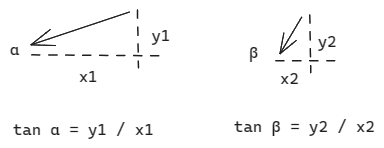
lijunlin2022/lijunlin2022.github.io keeps this Excalidraw diagram as blog/2024-02-28-pull-down/img/intension.png. Above is the earlier version. Source tidied: one line per element, renumbered; positions are measured from the earlier drawing's top-left corner, leaving out a move shared by most shapes. Source of this version:
```json
{"id": 0, "type": "line", "strokeColor": "#1e1e1e", "backgroundColor": "#fa5252", "fillStyle": "cross-hatch", "strokeWidth": 1, "strokeStyle": "dashed", "roughness": 0, "x": 127, "y": 0, "width": 1, "height": 58, "points": [[0, 0], [1, 58]]}
{"id": 1, "type": "line", "strokeColor": "#1e1e1e", "backgroundColor": "#fa5252", "fillStyle": "cross-hatch", "strokeWidth": 1, "strokeStyle": "dashed", "roughness": 0, "x": 22, "y": 45, "width": 134, "height": 1, "points": [[0, 0], [134, 1]]}
{"id": 2, "type": "arrow", "strokeColor": "#1e1e1e", "backgroundColor": "#fa5252", "fillStyle": "cross-hatch", "strokeWidth": 1, "roughness": 0, "endArrowhead": "arrow", "to": 10, "x": 120, "y": 2, "width": 99, "height": 33, "points": [[0, 0], [-99, 33]]}
{"id": 3, "type": "line", "strokeColor": "#1e1e1e", "backgroundColor": "#fa5252", "fillStyle": "cross-hatch", "strokeWidth": 1, "strokeStyle": "dashed", "roughness": 0, "x": 300, "y": 5, "width": 1, "height": 58, "points": [[0, 0], [1, 58]]}
{"id": 4, "type": "line", "strokeColor": "#1e1e1e", "backgroundColor": "#fa5252", "fillStyle": "cross-hatch", "strokeWidth": 1, "strokeStyle": "dashed", "roughness": 0, "x": 266, "y": 51, "width": 63, "height": 0, "points": [[0, 0], [63, 0]]}
{"id": 5, "type": "arrow", "strokeColor": "#1e1e1e", "backgroundColor": "#fa5252", "fillStyle": "cross-hatch", "strokeWidth": 1, "roughness": 0, "endArrowhead": "arrow", "from": 8, "to": 9, "x": 292, "y": 7, "width": 22, "height": 37, "points": [[0, 0], [-22, 37]]}
{"id": 6, "type": "text", "text": "y1", "strokeColor": "#1e1e1e", "backgroundColor": "#fa5252", "fillStyle": "cross-hatch", "strokeWidth": 1, "strokeStyle": "dashed", "roughness": 0, "fontSize": 16, "fontFamily": 3, "x": 141, "y": 16, "width": 19, "height": 19}
{"id": 7, "type": "text", "text": "x1", "strokeColor": "#1e1e1e", "backgroundColor": "#fa5252", "fillStyle": "cross-hatch", "strokeWidth": 1, "strokeStyle": "dashed", "roughness": 0, "fontSize": 16, "fontFamily": 3, "x": 69, "y": 57, "width": 19, "height": 19}
{"id": 8, "type": "text", "text": "y2", "strokeColor": "#1e1e1e", "backgroundColor": "#fa5252", "fillStyle": "cross-hatch", "strokeWidth": 1, "strokeStyle": "dashed", "roughness": 0, "fontSize": 16, "fontFamily": 3, "x": 308, "y": 22, "width": 19, "height": 19}
{"id": 9, "type": "text", "text": "x2", "strokeColor": "#1e1e1e", "backgroundColor": "#fa5252", "fillStyle": "cross-hatch", "strokeWidth": 1, "strokeStyle": "dashed", "roughness": 0, "fontSize": 16, "fontFamily": 3, "x": 270, "y": 59, "width": 19, "height": 19}
{"id": 10, "type": "text", "text": "α", "strokeColor": "#1e1e1e", "backgroundColor": "#fa5252", "fillStyle": "cross-hatch", "strokeWidth": 1, "strokeStyle": "dashed", "roughness": 0, "fontSize": 16, "fontFamily": 3, "x": 0, "y": 30, "width": 9, "height": 19}
{"id": 11, "type": "text", "text": "β", "strokeColor": "#1e1e1e", "backgroundColor": "#ffffff", "fillStyle": "cross-hatch", "strokeWidth": 1, "strokeStyle": "dashed", "roughness": 0, "fontSize": 16, "fontFamily": 3, "x": 239, "y": 33, "width": 9, "height": 19}
{"id": 12, "type": "text", "text": "tan α = y1 / x1", "strokeColor": "#1e1e1e", "backgroundColor": "#ffffff", "fillStyle": "cross-hatch", "strokeWidth": 1, "strokeStyle": "dashed", "roughness": 0, "fontSize": 16, "fontFamily": 3, "x": 3, "y": 110, "width": 141, "height": 19}
{"id": 13, "type": "text", "text": "tan β = y2 / x2", "strokeColor": "#1e1e1e", "backgroundColor": "#ffffff", "fillStyle": "cross-hatch", "strokeWidth": 1, "strokeStyle": "dashed", "roughness": 0, "fontSize": 16, "fontFamily": 3, "x": 224, "y": 107, "width": 141, "height": 19}
```
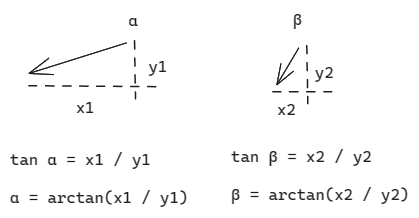
The same file after the commit.

Diff of the diagram source:
```diff
@@ -1,6 +1,6 @@
 {"id": 0, "type": "line", "strokeColor": "#1e1e1e", "backgroundColor": "#fa5252", "fillStyle": "cross-hatch", "strokeWidth": 1, "strokeStyle": "dashed", "roughness": 0, "x": 127, "y": 0, "width": 1, "height": 58, "points": [[0, 0], [1, 58]]}
 {"id": 1, "type": "line", "strokeColor": "#1e1e1e", "backgroundColor": "#fa5252", "fillStyle": "cross-hatch", "strokeWidth": 1, "strokeStyle": "dashed", "roughness": 0, "x": 22, "y": 45, "width": 134, "height": 1, "points": [[0, 0], [134, 1]]}
-{"id": 2, "type": "arrow", "strokeColor": "#1e1e1e", "backgroundColor": "#fa5252", "fillStyle": "cross-hatch", "strokeWidth": 1, "roughness": 0, "endArrowhead": "arrow", "to": 10, "x": 120, "y": 2, "width": 99, "height": 33, "points": [[0, 0], [-99, 33]]}
+{"id": 2, "type": "arrow", "strokeColor": "#1e1e1e", "backgroundColor": "#fa5252", "fillStyle": "cross-hatch", "strokeWidth": 1, "roughness": 0, "endArrowhead": "arrow", "from": 10, "x": 120, "y": 2, "width": 98, "height": 31, "points": [[0, 0], [-98, 31]]}
 {"id": 3, "type": "line", "strokeColor": "#1e1e1e", "backgroundColor": "#fa5252", "fillStyle": "cross-hatch", "strokeWidth": 1, "strokeStyle": "dashed", "roughness": 0, "x": 300, "y": 5, "width": 1, "height": 58, "points": [[0, 0], [1, 58]]}
 {"id": 4, "type": "line", "strokeColor": "#1e1e1e", "backgroundColor": "#fa5252", "fillStyle": "cross-hatch", "strokeWidth": 1, "strokeStyle": "dashed", "roughness": 0, "x": 266, "y": 51, "width": 63, "height": 0, "points": [[0, 0], [63, 0]]}
 {"id": 5, "type": "arrow", "strokeColor": "#1e1e1e", "backgroundColor": "#fa5252", "fillStyle": "cross-hatch", "strokeWidth": 1, "roughness": 0, "endArrowhead": "arrow", "from": 8, "to": 9, "x": 292, "y": 7, "width": 22, "height": 37, "points": [[0, 0], [-22, 37]]}
@@ -8,7 +8,7 @@
 {"id": 7, "type": "text", "text": "x1", "strokeColor": "#1e1e1e", "backgroundColor": "#fa5252", "fillStyle": "cross-hatch", "strokeWidth": 1, "strokeStyle": "dashed", "roughness": 0, "fontSize": 16, "fontFamily": 3, "x": 69, "y": 57, "width": 19, "height": 19}
 {"id": 8, "type": "text", "text": "y2", "strokeColor": "#1e1e1e", "backgroundColor": "#fa5252", "fillStyle": "cross-hatch", "strokeWidth": 1, "strokeStyle": "dashed", "roughness": 0, "fontSize": 16, "fontFamily": 3, "x": 308, "y": 22, "width": 19, "height": 19}
 {"id": 9, "type": "text", "text": "x2", "strokeColor": "#1e1e1e", "backgroundColor": "#fa5252", "fillStyle": "cross-hatch", "strokeWidth": 1, "strokeStyle": "dashed", "roughness": 0, "fontSize": 16, "fontFamily": 3, "x": 270, "y": 59, "width": 19, "height": 19}
-{"id": 10, "type": "text", "text": "α", "strokeColor": "#1e1e1e", "backgroundColor": "#fa5252", "fillStyle": "cross-hatch", "strokeWidth": 1, "strokeStyle": "dashed", "roughness": 0, "fontSize": 16, "fontFamily": 3, "x": 0, "y": 30, "width": 9, "height": 19}
+{"id": 10, "type": "text", "text": "α", "strokeColor": "#1e1e1e", "backgroundColor": "#fa5252", "fillStyle": "cross-hatch", "strokeWidth": 1, "strokeStyle": "dashed", "roughness": 0, "fontSize": 16, "fontFamily": 3, "x": 122, "y": -30, "width": 9, "height": 19}
-{"id": 11, "type": "text", "text": "β", "strokeColor": "#1e1e1e", "backgroundColor": "#ffffff", "fillStyle": "cross-hatch", "strokeWidth": 1, "strokeStyle": "dashed", "roughness": 0, "fontSize": 16, "fontFamily": 3, "x": 239, "y": 33, "width": 9, "height": 19}
+{"id": 11, "type": "text", "text": "β", "strokeColor": "#1e1e1e", "backgroundColor": "#ffffff", "fillStyle": "cross-hatch", "strokeWidth": 1, "strokeStyle": "dashed", "roughness": 0, "fontSize": 16, "fontFamily": 3, "x": 286, "y": -31, "width": 9, "height": 19}
-{"id": 12, "type": "text", "text": "tan α = y1 / x1", "strokeColor": "#1e1e1e", "backgroundColor": "#ffffff", "fillStyle": "cross-hatch", "strokeWidth": 1, "strokeStyle": "dashed", "roughness": 0, "fontSize": 16, "fontFamily": 3, "x": 3, "y": 110, "width": 141, "height": 19}
+{"id": 12, "type": "text", "text": "tan α = x1 / y1\n\nα = arctan(x1 / y1)", "strokeColor": "#1e1e1e", "backgroundColor": "#ffffff", "fillStyle": "cross-hatch", "strokeWidth": 1, "strokeStyle": "dashed", "roughness": 0, "fontSize": 16, "fontFamily": 3, "x": 3, "y": 110, "width": 178, "height": 58}
-{"id": 13, "type": "text", "text": "tan β = y2 / x2", "strokeColor": "#1e1e1e", "backgroundColor": "#ffffff", "fillStyle": "cross-hatch", "strokeWidth": 1, "strokeStyle": "dashed", "roughness": 0, "fontSize": 16, "fontFamily": 3, "x": 224, "y": 107, "width": 141, "height": 19}
+{"id": 13, "type": "text", "text": "tan β = x2 / y2\n\nβ = arctan(x2 / y2)", "strokeColor": "#1e1e1e", "backgroundColor": "#ffffff", "fillStyle": "cross-hatch", "strokeWidth": 1, "strokeStyle": "dashed", "roughness": 0, "fontSize": 16, "fontFamily": 3, "x": 224, "y": 107, "width": 178, "height": 58}
```
